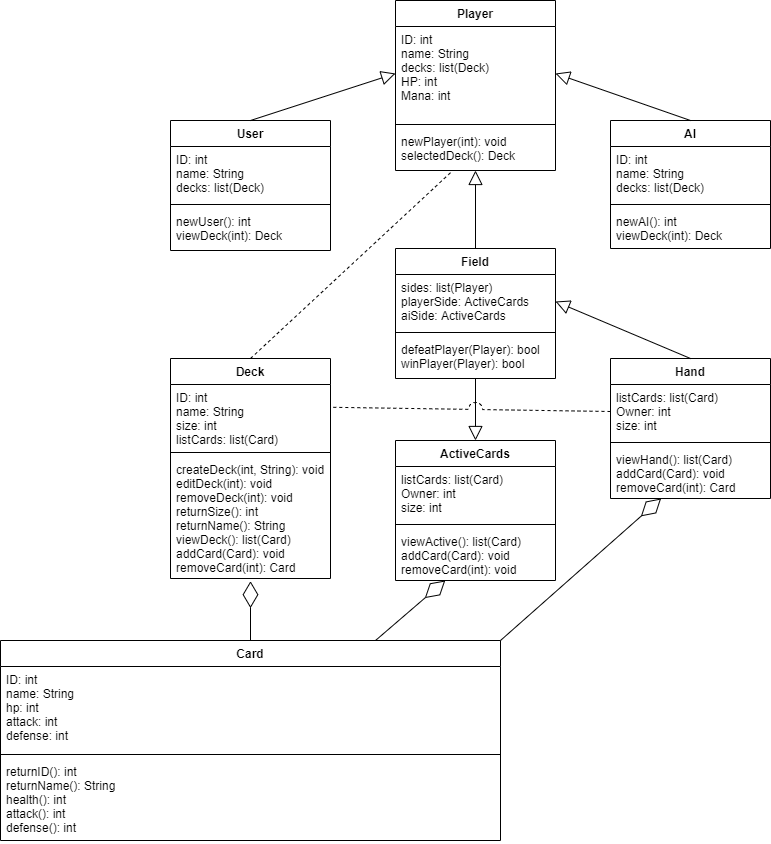
LoganMcDowell/CS491-492_Project keeps this draw.io diagram as Documentation/Diagrams_Logan/ClassDiagram.png. Above is the earlier version. Source tidied: cells renumbered, new cells last; positions are measured from the earlier drawing's top-left corner, leaving out a move shared by most shapes.
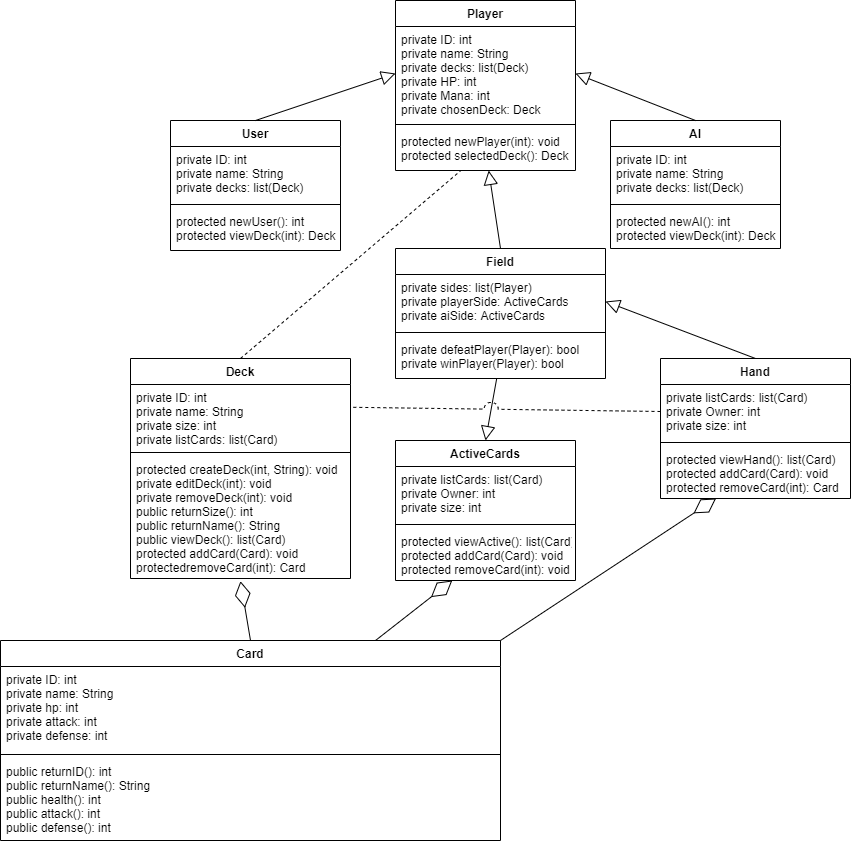
The same diagram one commit later.

Commit message:
class diagram fix

Diff of the diagram source:
```diff
@@ -3,40 +3,40 @@
     <mxCell id="0" />
     <mxCell id="1" parent="0" />
     <mxCell id="2" value="Player" style="swimlane;fontStyle=1;align=center;verticalAlign=top;horizontal=1;startSize=26;" parent="1" vertex="1">
-      <mxGeometry x="395" width="160" height="170" as="geometry" />
+      <mxGeometry x="395" width="180" height="170" as="geometry" />
     </mxCell>
-    <mxCell id="3" value="ID: int&#10;name: String&#10;decks: list(Deck)&#10;HP: int&#10;Mana: int" style="text;strokeColor=none;fillColor=none;align=left;verticalAlign=top;spacingLeft=4;spacingRight=4;overflow=hidden;points=[[0,0.5],[1,0.5]];portConstraint=eastwest;" parent="2" vertex="1">
-      <mxGeometry y="26" width="160" height="94" as="geometry" />
+    <mxCell id="3" value="private ID: int&#10;private name: String&#10;private decks: list(Deck)&#10;private HP: int&#10;private Mana: int&#10;private chosenDeck: Deck" style="text;strokeColor=none;fillColor=none;align=left;verticalAlign=top;spacingLeft=4;spacingRight=4;overflow=hidden;points=[[0,0.5],[1,0.5]];portConstraint=eastwest;" parent="2" vertex="1">
+      <mxGeometry y="26" width="180" height="94" as="geometry" />
     </mxCell>
     <mxCell id="4" style="line;strokeWidth=1;fillColor=none;align=left;verticalAlign=middle;spacingTop=-1;spacingLeft=3;spacingRight=3;labelPosition=right;" parent="2" vertex="1">
-      <mxGeometry y="120" width="160" height="8" as="geometry" />
+      <mxGeometry y="120" width="180" height="8" as="geometry" />
     </mxCell>
-    <mxCell id="5" value="newPlayer(int): void&#10;selectedDeck(): Deck" style="text;strokeColor=none;fillColor=none;align=left;verticalAlign=top;spacingLeft=4;spacingRight=4;overflow=hidden;points=[[0,0.5],[1,0.5]];portConstraint=eastwest;" parent="2" vertex="1">
-      <mxGeometry y="128" width="160" height="42" as="geometry" />
+    <mxCell id="5" value="protected newPlayer(int): void&#10;protected selectedDeck(): Deck" style="text;strokeColor=none;fillColor=none;align=left;verticalAlign=top;spacingLeft=4;spacingRight=4;overflow=hidden;points=[[0,0.5],[1,0.5]];portConstraint=eastwest;" parent="2" vertex="1">
+      <mxGeometry y="128" width="180" height="42" as="geometry" />
     </mxCell>
     <mxCell id="6" value="User" style="swimlane;fontStyle=1;align=center;verticalAlign=top;horizontal=1;startSize=26;" parent="1" vertex="1">
-      <mxGeometry x="170" y="120" width="160" height="130" as="geometry" />
+      <mxGeometry x="170" y="120" width="170" height="130" as="geometry" />
     </mxCell>
-    <mxCell id="7" value="ID: int&#10;name: String&#10;decks: list(Deck)" style="text;strokeColor=none;fillColor=none;align=left;verticalAlign=top;spacingLeft=4;spacingRight=4;overflow=hidden;" parent="6" vertex="1">
-      <mxGeometry y="26" width="160" height="54" as="geometry" />
+    <mxCell id="7" value="private ID: int&#10;private name: String&#10;private decks: list(Deck)" style="text;strokeColor=none;fillColor=none;align=left;verticalAlign=top;spacingLeft=4;spacingRight=4;overflow=hidden;" parent="6" vertex="1">
+      <mxGeometry y="26" width="170" height="54" as="geometry" />
     </mxCell>
     <mxCell id="8" style="line;strokeWidth=1;fillColor=none;align=left;verticalAlign=middle;spacingTop=-1;spacingLeft=3;spacingRight=3;labelPosition=right;" parent="6" vertex="1">
-      <mxGeometry y="80" width="160" height="8" as="geometry" />
+      <mxGeometry y="80" width="170" height="8" as="geometry" />
     </mxCell>
-    <mxCell id="9" value="newUser(): int&#10;viewDeck(int): Deck" style="text;strokeColor=none;fillColor=none;align=left;verticalAlign=top;spacingLeft=4;spacingRight=4;overflow=hidden;" parent="6" vertex="1">
-      <mxGeometry y="88" width="160" height="42" as="geometry" />
+    <mxCell id="9" value="protected newUser(): int&#10;protected viewDeck(int): Deck" style="text;strokeColor=none;fillColor=none;align=left;verticalAlign=top;spacingLeft=4;spacingRight=4;overflow=hidden;" parent="6" vertex="1">
+      <mxGeometry y="88" width="170" height="42" as="geometry" />
     </mxCell>
     <mxCell id="10" value="AI" style="swimlane;fontStyle=1;align=center;verticalAlign=top;horizontal=1;startSize=26;" parent="1" vertex="1">
-      <mxGeometry x="610" y="120" width="160" height="128" as="geometry" />
+      <mxGeometry x="610" y="120" width="170" height="128" as="geometry" />
     </mxCell>
-    <mxCell id="11" value="ID: int&#10;name: String&#10;decks: list(Deck)" style="text;strokeColor=none;fillColor=none;align=left;verticalAlign=top;spacingLeft=4;spacingRight=4;overflow=hidden;" parent="10" vertex="1">
-      <mxGeometry y="26" width="160" height="54" as="geometry" />
+    <mxCell id="11" value="private ID: int&#10;private name: String&#10;private decks: list(Deck)" style="text;strokeColor=none;fillColor=none;align=left;verticalAlign=top;spacingLeft=4;spacingRight=4;overflow=hidden;" parent="10" vertex="1">
+      <mxGeometry y="26" width="170" height="54" as="geometry" />
     </mxCell>
     <mxCell id="12" style="line;strokeWidth=1;fillColor=none;align=left;verticalAlign=middle;spacingTop=-1;spacingLeft=3;spacingRight=3;labelPosition=right;" parent="10" vertex="1">
-      <mxGeometry y="80" width="160" height="8" as="geometry" />
+      <mxGeometry y="80" width="170" height="8" as="geometry" />
     </mxCell>
-    <mxCell id="13" value="newAI(): int&#10;viewDeck(int): Deck" style="text;strokeColor=none;fillColor=none;align=left;verticalAlign=top;spacingLeft=4;spacingRight=4;overflow=hidden;" parent="10" vertex="1">
-      <mxGeometry y="88" width="160" height="40" as="geometry" />
+    <mxCell id="13" value="protected newAI(): int&#10;protected viewDeck(int): Deck" style="text;strokeColor=none;fillColor=none;align=left;verticalAlign=top;spacingLeft=4;spacingRight=4;overflow=hidden;" parent="10" vertex="1">
+      <mxGeometry y="88" width="170" height="40" as="geometry" />
     </mxCell>
     <mxCell id="14" style="endArrow=block;endFill=0;endSize=12;html=1;exitX=0.5;exitY=0;exitDx=0;exitDy=0;entryX=0;entryY=0.5;entryDx=0;entryDy=0;" parent="1" edge="1" source="6" target="3">
       <mxGeometry relative="1" as="geometry" />
@@ -51,41 +51,17 @@
       <mxGeometry relative="1" as="geometry" />
     </mxCell>
     <mxCell id="18" value="Field" style="swimlane;fontStyle=1;align=center;verticalAlign=top;horizontal=1;startSize=26;" parent="1" vertex="1">
-      <mxGeometry x="395" y="248" width="160" height="130" as="geometry" />
+      <mxGeometry x="395" y="248" width="210" height="130" as="geometry" />
     </mxCell>
-    <mxCell id="19" value="sides: list(Player)&#10;playerSide: ActiveCards&#10;aiSide: ActiveCards" style="text;strokeColor=none;fillColor=none;align=left;verticalAlign=top;spacingLeft=4;spacingRight=4;overflow=hidden;points=[[0,0.5],[1,0.5]];portConstraint=eastwest;" parent="18" vertex="1">
-      <mxGeometry y="26" width="160" height="54" as="geometry" />
+    <mxCell id="19" value="private sides: list(Player)&#10;private playerSide: ActiveCards&#10;private aiSide: ActiveCards" style="text;strokeColor=none;fillColor=none;align=left;verticalAlign=top;spacingLeft=4;spacingRight=4;overflow=hidden;points=[[0,0.5],[1,0.5]];portConstraint=eastwest;" parent="18" vertex="1">
+      <mxGeometry y="26" width="210" height="54" as="geometry" />
     </mxCell>
     <mxCell id="20" style="line;strokeWidth=1;fillColor=none;align=left;verticalAlign=middle;spacingTop=-1;spacingLeft=3;spacingRight=3;labelPosition=right;" parent="18" vertex="1">
-      <mxGeometry y="80" width="160" height="8" as="geometry" />
+      <mxGeometry y="80" width="210" height="8" as="geometry" />
     </mxCell>
-    <mxCell id="21" value="defeatPlayer(Player): bool&#10;winPlayer(Player): bool" style="text;strokeColor=none;fillColor=none;align=left;verticalAlign=top;spacingLeft=4;spacingRight=4;overflow=hidden;points=[[0,0.5],[1,0.5]];portConstraint=eastwest;" parent="18" vertex="1">
-      <mxGeometry y="88" width="160" height="42" as="geometry" />
+    <mxCell id="21" value="private defeatPlayer(Player): bool&#10;private winPlayer(Player): bool" style="text;strokeColor=none;fillColor=none;align=left;verticalAlign=top;spacingLeft=4;spacingRight=4;overflow=hidden;points=[[0,0.5],[1,0.5]];portConstraint=eastwest;" parent="18" vertex="1">
+      <mxGeometry y="88" width="210" height="42" as="geometry" />
     </mxCell>
-    <mxCell id="22" value="Hand" style="swimlane;fontStyle=1;align=center;verticalAlign=top;horizontal=1;startSize=26;" parent="1" vertex="1">
-      <mxGeometry x="610" y="358" width="160" height="140" as="geometry" />
-    </mxCell>
-    <mxCell id="23" value="listCards: list(Card)&#10;Owner: int&#10;size: int" style="text;strokeColor=none;fillColor=none;align=left;verticalAlign=top;spacingLeft=4;spacingRight=4;overflow=hidden;points=[[0,0.5],[1,0.5]];portConstraint=eastwest;" parent="22" vertex="1">
-      <mxGeometry y="26" width="160" height="54" as="geometry" />
-    </mxCell>
-    <mxCell id="24" style="line;strokeWidth=1;fillColor=none;align=left;verticalAlign=middle;spacingTop=-1;spacingLeft=3;spacingRight=3;labelPosition=right;" parent="22" vertex="1">
-      <mxGeometry y="80" width="160" height="8" as="geometry" />
-    </mxCell>
-    <mxCell id="25" value="viewHand(): list(Card)&#10;addCard(Card): void&#10;removeCard(int): Card" style="text;strokeColor=none;fillColor=none;align=left;verticalAlign=top;spacingLeft=4;spacingRight=4;overflow=hidden;points=[[0,0.5],[1,0.5]];portConstraint=eastwest;" parent="22" vertex="1">
-      <mxGeometry y="88" width="160" height="52" as="geometry" />
-    </mxCell>
-    <mxCell id="26" value="Deck" style="swimlane;fontStyle=1;align=center;verticalAlign=top;horizontal=1;startSize=26;" parent="1" vertex="1">
-      <mxGeometry x="170" y="358" width="160" height="220" as="geometry" />
-    </mxCell>
-    <mxCell id="27" value="ID: int&#10;name: String&#10;size: int&#10;listCards: list(Card)" style="text;strokeColor=none;fillColor=none;align=left;verticalAlign=top;spacingLeft=4;spacingRight=4;overflow=hidden;points=[[0,0.5],[1,0.5]];portConstraint=eastwest;" parent="26" vertex="1">
-      <mxGeometry y="26" width="160" height="64" as="geometry" />
-    </mxCell>
-    <mxCell id="28" style="line;strokeWidth=1;fillColor=none;align=left;verticalAlign=middle;spacingTop=-1;spacingLeft=3;spacingRight=3;labelPosition=right;" parent="26" vertex="1">
-      <mxGeometry y="90" width="160" height="8" as="geometry" />
-    </mxCell>
-    <mxCell id="29" value="createDeck(int, String): void &#10;editDeck(int): void&#10;removeDeck(int): void&#10;returnSize(): int&#10;returnName(): String&#10;viewDeck(): list(Card)&#10;addCard(Card): void&#10;removeCard(int): Card" style="text;strokeColor=none;fillColor=none;align=left;verticalAlign=top;spacingLeft=4;spacingRight=4;overflow=hidden;points=[[0,0.5],[1,0.5]];portConstraint=eastwest;" parent="26" vertex="1">
-      <mxGeometry y="98" width="160" height="122" as="geometry" />
-    </mxCell>
     <mxCell id="30" style="endArrow=block;endFill=0;endSize=12;html=1;entryX=1;entryY=0.5;entryDx=0;entryDy=0;exitX=0.5;exitY=0;exitDx=0;exitDy=0;" parent="1" edge="1" source="22" target="19">
       <mxGeometry relative="1" as="geometry" />
     </mxCell>
@@ -95,26 +71,26 @@
     <mxCell id="32" value="Card" style="swimlane;fontStyle=1;align=center;verticalAlign=top;horizontal=1;startSize=26;" parent="1" vertex="1">
       <mxGeometry y="640" width="500" height="200" as="geometry" />
     </mxCell>
-    <mxCell id="33" value="ID: int&#10;name: String&#10;hp: int&#10;attack: int&#10;defense: int" style="text;strokeColor=none;fillColor=none;align=left;verticalAlign=top;spacingLeft=4;spacingRight=4;overflow=hidden;" parent="32" vertex="1">
+    <mxCell id="33" value="private ID: int&#10;private name: String&#10;private hp: int&#10;private attack: int&#10;private defense: int" style="text;strokeColor=none;fillColor=none;align=left;verticalAlign=top;spacingLeft=4;spacingRight=4;overflow=hidden;" parent="32" vertex="1">
       <mxGeometry y="26" width="500" height="84" as="geometry" />
     </mxCell>
     <mxCell id="34" style="line;strokeWidth=1;fillColor=none;align=left;verticalAlign=middle;spacingTop=-1;spacingLeft=3;spacingRight=3;labelPosition=right;" parent="32" vertex="1">
       <mxGeometry y="110" width="500" height="8" as="geometry" />
     </mxCell>
-    <mxCell id="35" value="returnID(): int&#10;returnName(): String&#10;health(): int&#10;attack(): int&#10;defense(): int&#10;" style="text;strokeColor=none;fillColor=none;align=left;verticalAlign=top;spacingLeft=4;spacingRight=4;overflow=hidden;" parent="32" vertex="1">
+    <mxCell id="35" value="public returnID(): int&#10;public returnName(): String&#10;public health(): int&#10;public attack(): int&#10;public defense(): int&#10;" style="text;strokeColor=none;fillColor=none;align=left;verticalAlign=top;spacingLeft=4;spacingRight=4;overflow=hidden;" parent="32" vertex="1">
       <mxGeometry y="118" width="500" height="82" as="geometry" />
     </mxCell>
     <mxCell id="36" value="ActiveCards" style="swimlane;fontStyle=1;align=center;verticalAlign=top;horizontal=1;startSize=26;" parent="1" vertex="1">
-      <mxGeometry x="395" y="440" width="160" height="140" as="geometry" />
+      <mxGeometry x="395" y="440" width="180" height="140" as="geometry" />
     </mxCell>
-    <mxCell id="37" value="listCards: list(Card)&#10;Owner: int&#10;size: int" style="text;strokeColor=none;fillColor=none;align=left;verticalAlign=top;spacingLeft=4;spacingRight=4;overflow=hidden;" parent="36" vertex="1">
-      <mxGeometry y="26" width="160" height="54" as="geometry" />
+    <mxCell id="37" value="private listCards: list(Card)&#10;private Owner: int&#10;private size: int" style="text;strokeColor=none;fillColor=none;align=left;verticalAlign=top;spacingLeft=4;spacingRight=4;overflow=hidden;" parent="36" vertex="1">
+      <mxGeometry y="26" width="180" height="54" as="geometry" />
     </mxCell>
     <mxCell id="38" style="line;strokeWidth=1;fillColor=none;align=left;verticalAlign=middle;spacingTop=-1;spacingLeft=3;spacingRight=3;labelPosition=right;" parent="36" vertex="1">
-      <mxGeometry y="80" width="160" height="8" as="geometry" />
+      <mxGeometry y="80" width="180" height="8" as="geometry" />
     </mxCell>
-    <mxCell id="39" value="viewActive(): list(Card)&#10;addCard(Card): void&#10;removeCard(int): void" style="text;strokeColor=none;fillColor=none;align=left;verticalAlign=top;spacingLeft=4;spacingRight=4;overflow=hidden;points=[[0,0.5],[1,0.5]];portConstraint=eastwest;" parent="36" vertex="1">
-      <mxGeometry y="88" width="160" height="52" as="geometry" />
+    <mxCell id="39" value="protected viewActive(): list(Card)&#10;protected addCard(Card): void&#10;protected removeCard(int): void" style="text;strokeColor=none;fillColor=none;align=left;verticalAlign=top;spacingLeft=4;spacingRight=4;overflow=hidden;points=[[0,0.5],[1,0.5]];portConstraint=eastwest;" parent="36" vertex="1">
+      <mxGeometry y="88" width="180" height="52" as="geometry" />
     </mxCell>
     <mxCell id="40" style="endArrow=diamondThin;endFill=0;endSize=24;html=1;exitX=1;exitY=0;exitDx=0;exitDy=0;" parent="1" edge="1" source="32" target="25">
       <mxGeometry relative="1" as="geometry" />
@@ -128,5 +104,29 @@
     <mxCell id="43" style="endArrow=none;endFill=0;endSize=12;html=1;entryX=1.006;entryY=0.356;entryDx=0;entryDy=0;exitX=0;exitY=0.5;exitDx=0;exitDy=0;jumpStyle=arc;jumpSize=14;entryPerimeter=0;dashed=1;" parent="1" edge="1" source="23" target="27">
       <mxGeometry relative="1" as="geometry" />
     </mxCell>
+    <mxCell id="26" value="Deck" style="swimlane;fontStyle=1;align=center;verticalAlign=top;horizontal=1;startSize=26;" parent="1" vertex="1">
+      <mxGeometry x="130" y="358" width="220" height="220" as="geometry" />
+    </mxCell>
+    <mxCell id="27" value="private ID: int&#10;private name: String&#10;private size: int&#10;private listCards: list(Card)" style="text;strokeColor=none;fillColor=none;align=left;verticalAlign=top;spacingLeft=4;spacingRight=4;overflow=hidden;points=[[0,0.5],[1,0.5]];portConstraint=eastwest;" parent="26" vertex="1">
+      <mxGeometry y="26" width="220" height="64" as="geometry" />
+    </mxCell>
+    <mxCell id="28" style="line;strokeWidth=1;fillColor=none;align=left;verticalAlign=middle;spacingTop=-1;spacingLeft=3;spacingRight=3;labelPosition=right;" parent="26" vertex="1">
+      <mxGeometry y="90" width="220" height="8" as="geometry" />
+    </mxCell>
+    <mxCell id="29" value="protected createDeck(int, String): void &#10;private editDeck(int): void&#10;private removeDeck(int): void&#10;public returnSize(): int&#10;public returnName(): String&#10;public viewDeck(): list(Card)&#10;protected addCard(Card): void&#10;protectedremoveCard(int): Card" style="text;strokeColor=none;fillColor=none;align=left;verticalAlign=top;spacingLeft=4;spacingRight=4;overflow=hidden;points=[[0,0.5],[1,0.5]];portConstraint=eastwest;" parent="26" vertex="1">
+      <mxGeometry y="98" width="220" height="122" as="geometry" />
+    </mxCell>
+    <mxCell id="22" value="Hand" style="swimlane;fontStyle=1;align=center;verticalAlign=top;horizontal=1;startSize=26;" parent="1" vertex="1">
+      <mxGeometry x="660" y="358" width="190" height="140" as="geometry" />
+    </mxCell>
+    <mxCell id="23" value="private listCards: list(Card)&#10;private Owner: int&#10;private size: int" style="text;strokeColor=none;fillColor=none;align=left;verticalAlign=top;spacingLeft=4;spacingRight=4;overflow=hidden;points=[[0,0.5],[1,0.5]];portConstraint=eastwest;" parent="22" vertex="1">
+      <mxGeometry y="26" width="190" height="54" as="geometry" />
+    </mxCell>
+    <mxCell id="24" style="line;strokeWidth=1;fillColor=none;align=left;verticalAlign=middle;spacingTop=-1;spacingLeft=3;spacingRight=3;labelPosition=right;" parent="22" vertex="1">
+      <mxGeometry y="80" width="190" height="8" as="geometry" />
+    </mxCell>
+    <mxCell id="25" value="protected viewHand(): list(Card)&#10;protected addCard(Card): void&#10;protected removeCard(int): Card" style="text;strokeColor=none;fillColor=none;align=left;verticalAlign=top;spacingLeft=4;spacingRight=4;overflow=hidden;points=[[0,0.5],[1,0.5]];portConstraint=eastwest;" parent="22" vertex="1">
+      <mxGeometry y="88" width="190" height="52" as="geometry" />
+    </mxCell>
   </root>
 </mxGraphModel>
```
